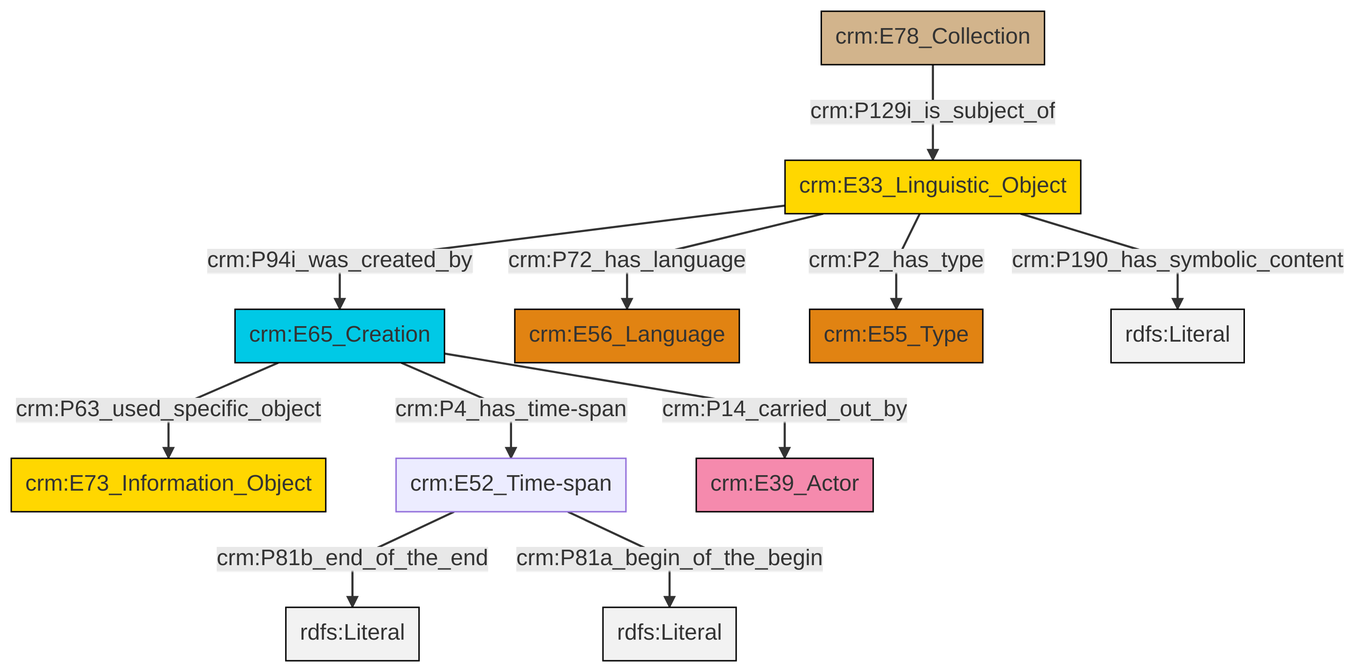
Above: et/archivalCSV/ttl/mmd/png/archival_desc.png in swiss-art-research-net/docs.swissartresearch (Mermaid), before the change. Its source is kept beside it as et/archivalCSV/ttl/mmd/archival_desc.ttl.mmd.
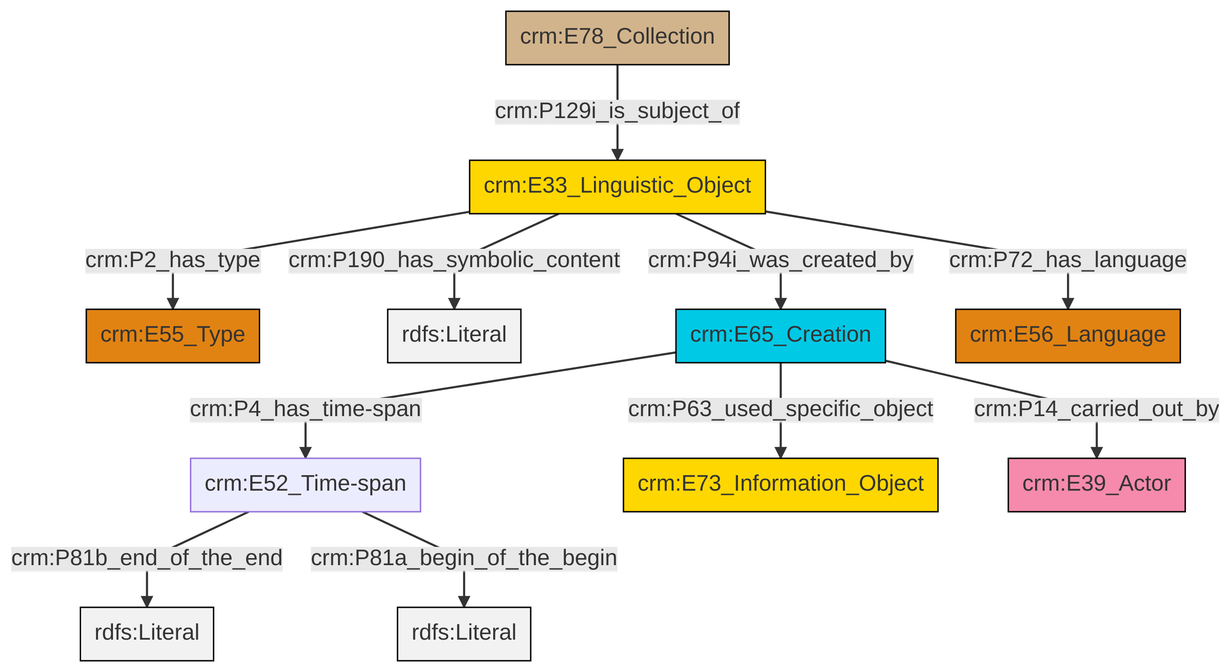
After the change.

Change to the diagram source:
```diff
@@ -13,13 +13,13 @@
 classDef PC_Classes fill:#4ce600, stroke:#000000;
 classDef Multi fill:#cccccc,stroke:#000000;
 
-0["crm:E65_Creation"]:::Temporal_Entity -->|crm:P63_used_specific_object| 1["crm:E73_Information_Object"]:::Conceptual_Object
-0["crm:E65_Creation"]:::Temporal_Entity -->|crm:P14_carried_out_by| 6["crm:E39_Actor"]:::Actor
-2["crm:E78_Collection"]:::Physical_Thing -->|crm:P129i_is_subject_of| 7["crm:E33_Linguistic_Object"]:::Conceptual_Object
-7["crm:E33_Linguistic_Object"]:::Conceptual_Object -->|crm:P72_has_language| 8["crm:E56_Language"]:::Type
-4["crm:E52_Time-span"]:::Default -->|crm:P81b_end_of_the_end| 11[rdfs:Literal]:::Literal
-7["crm:E33_Linguistic_Object"]:::Conceptual_Object -->|crm:P94i_was_created_by| 0["crm:E65_Creation"]:::Temporal_Entity
-7["crm:E33_Linguistic_Object"]:::Conceptual_Object -->|crm:P2_has_type| 13["crm:E55_Type"]:::Type
-0["crm:E65_Creation"]:::Temporal_Entity -->|crm:P4_has_time-span| 4["crm:E52_Time-span"]:::Default
-7["crm:E33_Linguistic_Object"]:::Conceptual_Object -->|crm:P190_has_symbolic_content| 17[rdfs:Literal]:::Literal
-4["crm:E52_Time-span"]:::Default -->|crm:P81a_begin_of_the_begin| 18[rdfs:Literal]:::Literal
+0["crm:E52_Time-span"]:::Default -->|crm:P81b_end_of_the_end| 1[rdfs:Literal]:::Literal
+0["crm:E52_Time-span"]:::Default -->|crm:P81a_begin_of_the_begin| 4[rdfs:Literal]:::Literal
+7["crm:E33_Linguistic_Object"]:::Conceptual_Object -->|crm:P2_has_type| 8["crm:E55_Type"]:::Type
+7["crm:E33_Linguistic_Object"]:::Conceptual_Object -->|crm:P190_has_symbolic_content| 9[rdfs:Literal]:::Literal
+12["crm:E78_Collection"]:::Physical_Thing -->|crm:P129i_is_subject_of| 7["crm:E33_Linguistic_Object"]:::Conceptual_Object
+10["crm:E65_Creation"]:::Temporal_Entity -->|crm:P4_has_time-span| 0["crm:E52_Time-span"]:::Default
+7["crm:E33_Linguistic_Object"]:::Conceptual_Object -->|crm:P94i_was_created_by| 10["crm:E65_Creation"]:::Temporal_Entity
+10["crm:E65_Creation"]:::Temporal_Entity -->|crm:P63_used_specific_object| 2["crm:E73_Information_Object"]:::Conceptual_Object
+10["crm:E65_Creation"]:::Temporal_Entity -->|crm:P14_carried_out_by| 5["crm:E39_Actor"]:::Actor
+7["crm:E33_Linguistic_Object"]:::Conceptual_Object -->|crm:P72_has_language| 14["crm:E56_Language"]:::Type
```
